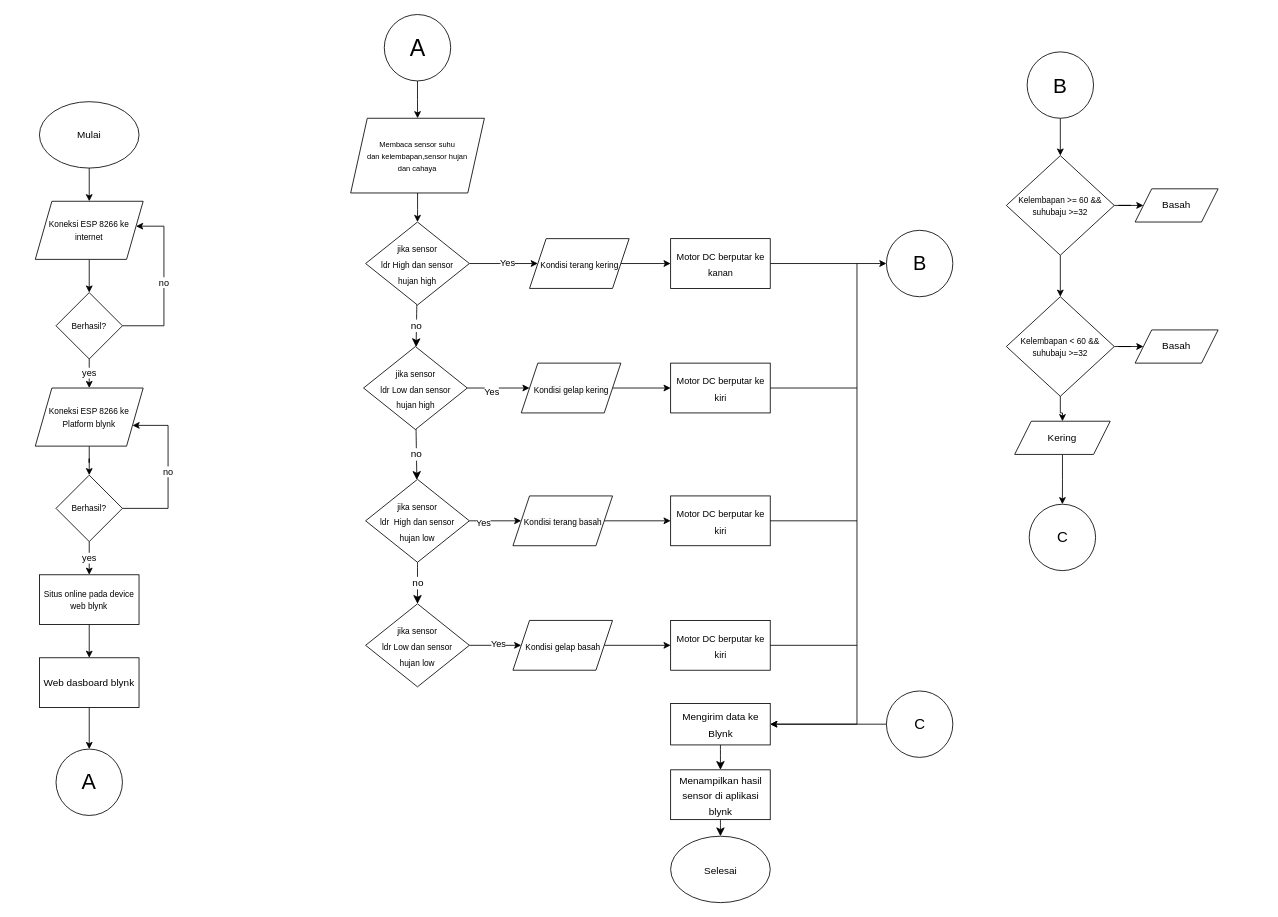
briannugroho/technical-project-Assignment-1 keeps this draw.io diagram as Untitled Diagram.drawio. Above is the earlier version. Source tidied: cells renumbered, new cells numbered last; positions are measured from the earlier drawing's top-left corner, leaving out a move shared by most shapes. Both pictures are drawn from the tidied source at 83%, with x=0, y=0 at pixel (35, 14).
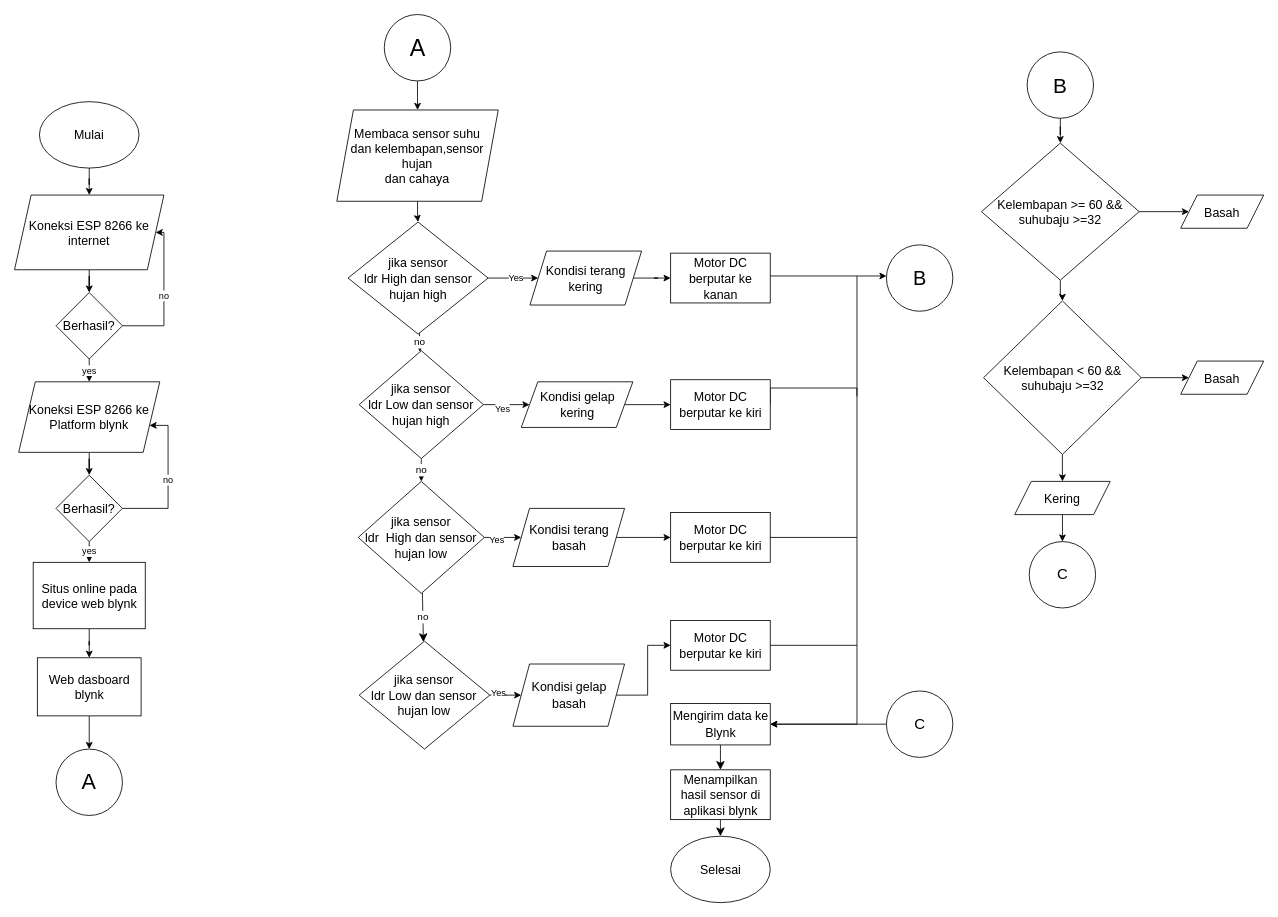
Above is the later version.

Diff of the diagram source:
```diff
@@
-    <mxCell id="3" value="Mulai" style="ellipse;whiteSpace=wrap;html=1;" parent="1" vertex="1">
+    <mxCell id="3" value="&lt;font style=&quot;font-size: 15px;&quot;&gt;Mulai&lt;/font&gt;" style="ellipse;whiteSpace=wrap;html=1;" parent="1" vertex="1">
       <mxGeometry x="5" y="105" width="120" height="80" as="geometry" />
     </mxCell>
@@
-    <mxCell id="5" value="&lt;font style=&quot;font-size: 10px;&quot;&gt;Koneksi ESP 8266 ke internet&lt;/font&gt;" style="shape=parallelogram;perimeter=parallelogramPerimeter;whiteSpace=wrap;html=1;fixedSize=1;" parent="1" vertex="1">
-      <mxGeometry y="225" width="130" height="70" as="geometry" />
+    <mxCell id="5" value="&lt;font style=&quot;font-size: 15px;&quot;&gt;Koneksi ESP 8266 ke internet&lt;/font&gt;" style="shape=parallelogram;perimeter=parallelogramPerimeter;whiteSpace=wrap;html=1;fixedSize=1;" parent="1" vertex="1">
+      <mxGeometry x="-25" y="217.5" width="180" height="90" as="geometry" />
     </mxCell>
-    <mxCell id="6" value="no" style="edgeStyle=orthogonalEdgeStyle;rounded=0;jettySize=auto;html=1;" parent="1" edge="1" source="8" target="5">
+    <mxCell id="6" value="no" style="edgeStyle=orthogonalEdgeStyle;rounded=0;jettySize=auto;html=1;entryX=1;entryY=0.5;entryDx=0;entryDy=0;" parent="1" edge="1" source="8" target="5">
       <mxGeometry relative="1" as="geometry">
         <Array as="points">
           <mxPoint x="155" y="375" />
-          <mxPoint x="155" y="255" />
+          <mxPoint x="155" y="263" />
         </Array>
       </mxGeometry>
     </mxCell>
@@
-    <mxCell id="8" value="&lt;font style=&quot;font-size: 10px;&quot;&gt;Berhasil?&lt;/font&gt;" style="rhombus;whiteSpace=wrap;html=1;" parent="1" vertex="1">
+    <mxCell id="8" value="&lt;font style=&quot;font-size: 15px;&quot;&gt;Berhasil?&lt;/font&gt;" style="rhombus;whiteSpace=wrap;html=1;" parent="1" vertex="1">
       <mxGeometry x="25" y="335" width="80" height="80" as="geometry" />
     </mxCell>
@@
-    <mxCell id="10" value="&lt;font style=&quot;font-size: 10px;&quot;&gt;Koneksi ESP 8266 ke Platform blynk&lt;/font&gt;" style="shape=parallelogram;perimeter=parallelogramPerimeter;whiteSpace=wrap;html=1;fixedSize=1;" parent="1" vertex="1">
-      <mxGeometry y="450" width="130" height="70" as="geometry" />
+    <mxCell id="10" value="&lt;font style=&quot;font-size: 15px;&quot;&gt;Koneksi ESP 8266 ke Platform blynk&lt;/font&gt;" style="shape=parallelogram;perimeter=parallelogramPerimeter;whiteSpace=wrap;html=1;fixedSize=1;" parent="1" vertex="1">
+      <mxGeometry x="-20" y="442.5" width="170" height="85" as="geometry" />
     </mxCell>
@@
-    <mxCell id="13" value="&lt;font style=&quot;font-size: 10px;&quot;&gt;Berhasil?&lt;/font&gt;" style="rhombus;whiteSpace=wrap;html=1;" parent="1" vertex="1">
+    <mxCell id="13" value="&lt;font style=&quot;font-size: 15px;&quot;&gt;Berhasil?&lt;/font&gt;" style="rhombus;whiteSpace=wrap;html=1;" parent="1" vertex="1">
       <mxGeometry x="25" y="555" width="80" height="80" as="geometry" />
     </mxCell>
@@
-    <mxCell id="15" value="&lt;font style=&quot;font-size: 10px;&quot;&gt;Situs online pada device web blynk&lt;/font&gt;" style="whiteSpace=wrap;html=1;" parent="1" vertex="1">
-      <mxGeometry x="5" y="675" width="120" height="60" as="geometry" />
+    <mxCell id="15" value="&lt;font style=&quot;font-size: 15px;&quot;&gt;Situs online pada device web blynk&lt;/font&gt;" style="whiteSpace=wrap;html=1;" parent="1" vertex="1">
+      <mxGeometry x="-2.5" y="660" width="135" height="80" as="geometry" />
     </mxCell>
@@
-    <mxCell id="17" value="Web dasboard blynk" style="whiteSpace=wrap;html=1;" parent="1" vertex="1">
-      <mxGeometry x="5" y="775" width="120" height="60" as="geometry" />
+    <mxCell id="17" value="&lt;font style=&quot;font-size: 15px;&quot;&gt;Web dasboard blynk&lt;/font&gt;" style="whiteSpace=wrap;html=1;" parent="1" vertex="1">
+      <mxGeometry x="2.5" y="775" width="125" height="70" as="geometry" />
     </mxCell>
@@
-    <mxCell id="21" value="&lt;font style=&quot;font-size: 10px;&quot;&gt;jika sensor &lt;br&gt;ldr High dan sensor&lt;br&gt;hujan high&lt;/font&gt;" style="rhombus;whiteSpace=wrap;html=1;rounded=0;fontSize=16;" parent="1" vertex="1">
-      <mxGeometry x="398" y="250" width="125" height="100" as="geometry" />
+    <mxCell id="21" value="&lt;font style=&quot;font-size: 15px;&quot;&gt;jika sensor &lt;br&gt;ldr High dan sensor&lt;br&gt;hujan high&lt;/font&gt;" style="rhombus;whiteSpace=wrap;html=1;rounded=0;fontSize=16;" parent="1" vertex="1">
+      <mxGeometry x="376.8" y="250" width="168.8" height="135" as="geometry" />
     </mxCell>
@@
-    <mxCell id="25" value="&lt;font style=&quot;font-size: 10px;&quot;&gt;jika sensor &lt;br&gt;ldr Low dan sensor&lt;br&gt;hujan high&lt;/font&gt;" style="rhombus;whiteSpace=wrap;html=1;rounded=0;fontSize=16;" parent="1" vertex="1">
-      <mxGeometry x="395.5" y="400" width="125" height="100" as="geometry" />
+    <mxCell id="25" value="&lt;font style=&quot;font-size: 15px;&quot;&gt;jika sensor &lt;br&gt;ldr Low dan sensor&lt;br&gt;hujan high&lt;/font&gt;" style="rhombus;whiteSpace=wrap;html=1;rounded=0;fontSize=16;" parent="1" vertex="1">
+      <mxGeometry x="390.2" y="405" width="149.8" height="130" as="geometry" />
     </mxCell>
@@
-    <mxCell id="29" value="&lt;font style=&quot;font-size: 10px;&quot;&gt;jika sensor &lt;br&gt;ldr&amp;nbsp; High dan sensor&lt;br&gt;hujan low&lt;/font&gt;" style="rhombus;whiteSpace=wrap;html=1;rounded=0;fontSize=16;" parent="1" vertex="1">
-      <mxGeometry x="398" y="560" width="125" height="100" as="geometry" />
+    <mxCell id="29" value="&lt;font style=&quot;font-size: 15px;&quot;&gt;jika sensor &lt;br&gt;ldr&amp;nbsp; High dan sensor&lt;br&gt;hujan low&lt;/font&gt;" style="rhombus;whiteSpace=wrap;html=1;rounded=0;fontSize=16;" parent="1" vertex="1">
+      <mxGeometry x="389.1" y="562.5" width="152" height="135" as="geometry" />
     </mxCell>
@@
-    <mxCell id="32" value="&lt;font style=&quot;font-size: 10px;&quot;&gt;jika sensor &lt;br&gt;ldr Low dan sensor&lt;br&gt;hujan low&lt;/font&gt;" style="rhombus;whiteSpace=wrap;html=1;rounded=0;fontSize=16;" parent="1" vertex="1">
-      <mxGeometry x="398" y="710" width="125" height="100" as="geometry" />
+    <mxCell id="32" value="&lt;font style=&quot;font-size: 15px;&quot;&gt;jika sensor &lt;br&gt;ldr Low dan sensor&lt;br&gt;hujan low&lt;/font&gt;" style="rhombus;whiteSpace=wrap;html=1;rounded=0;fontSize=16;" parent="1" vertex="1">
+      <mxGeometry x="390.2" y="755" width="157.4" height="130" as="geometry" />
     </mxCell>
@@
-    <mxCell id="34" value="&lt;font style=&quot;font-size: 10px;&quot;&gt;Kondisi terang kering&lt;/font&gt;" style="shape=parallelogram;perimeter=parallelogramPerimeter;whiteSpace=wrap;html=1;fixedSize=1;fontSize=16;rounded=0;" parent="1" vertex="1">
-      <mxGeometry x="595.5" y="270" width="120" height="60" as="geometry" />
+    <mxCell id="34" value="&lt;font style=&quot;font-size: 15px;&quot;&gt;Kondisi terang kering&lt;/font&gt;" style="shape=parallelogram;perimeter=parallelogramPerimeter;whiteSpace=wrap;html=1;fixedSize=1;fontSize=16;rounded=0;" parent="1" vertex="1">
+      <mxGeometry x="596" y="285" width="134.5" height="65" as="geometry" />
     </mxCell>
@@
-    <mxCell id="36" value="&lt;span style=&quot;color: rgb(0, 0, 0); font-family: Helvetica; font-size: 10px; font-style: normal; font-variant-ligatures: normal; font-variant-caps: normal; font-weight: 400; letter-spacing: normal; orphans: 2; text-align: center; text-indent: 0px; text-transform: none; widows: 2; word-spacing: 0px; -webkit-text-stroke-width: 0px; background-color: rgb(251, 251, 251); text-decoration-thickness: initial; text-decoration-style: initial; text-decoration-color: initial; float: none; display: inline !important;&quot;&gt;Kondisi gelap kering&lt;/span&gt;" style="shape=parallelogram;perimeter=parallelogramPerimeter;whiteSpace=wrap;html=1;fixedSize=1;fontSize=16;rounded=0;" parent="1" vertex="1">
-      <mxGeometry x="585.5" y="420" width="120" height="60" as="geometry" />
+    <mxCell id="36" value="&lt;span style=&quot;color: rgb(0, 0, 0); font-family: Helvetica; font-style: normal; font-variant-ligatures: normal; font-variant-caps: normal; font-weight: 400; letter-spacing: normal; orphans: 2; text-align: center; text-indent: 0px; text-transform: none; widows: 2; word-spacing: 0px; -webkit-text-stroke-width: 0px; background-color: rgb(251, 251, 251); text-decoration-thickness: initial; text-decoration-style: initial; text-decoration-color: initial; float: none; display: inline !important;&quot;&gt;&lt;font style=&quot;font-size: 15px;&quot;&gt;Kondisi gelap kering&lt;/font&gt;&lt;/span&gt;" style="shape=parallelogram;perimeter=parallelogramPerimeter;whiteSpace=wrap;html=1;fixedSize=1;fontSize=16;rounded=0;" parent="1" vertex="1">
+      <mxGeometry x="585.5" y="442.5" width="134.5" height="55" as="geometry" />
     </mxCell>
@@
-    <mxCell id="38" value="&lt;span style=&quot;color: rgb(0, 0, 0); font-family: Helvetica; font-size: 10px; font-style: normal; font-variant-ligatures: normal; font-variant-caps: normal; font-weight: 400; letter-spacing: normal; orphans: 2; text-align: center; text-indent: 0px; text-transform: none; widows: 2; word-spacing: 0px; -webkit-text-stroke-width: 0px; background-color: rgb(251, 251, 251); text-decoration-thickness: initial; text-decoration-style: initial; text-decoration-color: initial; float: none; display: inline !important;&quot;&gt;Kondisi terang basah&lt;/span&gt;" style="shape=parallelogram;perimeter=parallelogramPerimeter;whiteSpace=wrap;html=1;fixedSize=1;fontSize=16;rounded=0;" parent="1" vertex="1">
-      <mxGeometry x="575.5" y="580" width="120" height="60" as="geometry" />
+    <mxCell id="38" value="&lt;span style=&quot;color: rgb(0, 0, 0); font-family: Helvetica; font-style: normal; font-variant-ligatures: normal; font-variant-caps: normal; font-weight: 400; letter-spacing: normal; orphans: 2; text-align: center; text-indent: 0px; text-transform: none; widows: 2; word-spacing: 0px; -webkit-text-stroke-width: 0px; background-color: rgb(251, 251, 251); text-decoration-thickness: initial; text-decoration-style: initial; text-decoration-color: initial; float: none; display: inline !important;&quot;&gt;&lt;font style=&quot;font-size: 15px;&quot;&gt;Kondisi terang basah&lt;/font&gt;&lt;/span&gt;" style="shape=parallelogram;perimeter=parallelogramPerimeter;whiteSpace=wrap;html=1;fixedSize=1;fontSize=16;rounded=0;" parent="1" vertex="1">
+      <mxGeometry x="575.5" y="595" width="134.5" height="70" as="geometry" />
     </mxCell>
@@
-    <mxCell id="40" value="&lt;span style=&quot;color: rgb(0, 0, 0); font-family: Helvetica; font-size: 10px; font-style: normal; font-variant-ligatures: normal; font-variant-caps: normal; font-weight: 400; letter-spacing: normal; orphans: 2; text-align: center; text-indent: 0px; text-transform: none; widows: 2; word-spacing: 0px; -webkit-text-stroke-width: 0px; background-color: rgb(251, 251, 251); text-decoration-thickness: initial; text-decoration-style: initial; text-decoration-color: initial; float: none; display: inline !important;&quot;&gt;Kondisi gelap basah&lt;/span&gt;" style="shape=parallelogram;perimeter=parallelogramPerimeter;whiteSpace=wrap;html=1;fixedSize=1;fontSize=16;rounded=0;" parent="1" vertex="1">
-      <mxGeometry x="575.5" y="730" width="120" height="60" as="geometry" />
+    <mxCell id="40" value="&lt;span style=&quot;color: rgb(0, 0, 0); font-family: Helvetica; font-style: normal; font-variant-ligatures: normal; font-variant-caps: normal; font-weight: 400; letter-spacing: normal; orphans: 2; text-align: center; text-indent: 0px; text-transform: none; widows: 2; word-spacing: 0px; -webkit-text-stroke-width: 0px; background-color: rgb(251, 251, 251); text-decoration-thickness: initial; text-decoration-style: initial; text-decoration-color: initial; float: none; display: inline !important;&quot;&gt;&lt;font style=&quot;font-size: 15px;&quot;&gt;Kondisi gelap basah&lt;/font&gt;&lt;/span&gt;" style="shape=parallelogram;perimeter=parallelogramPerimeter;whiteSpace=wrap;html=1;fixedSize=1;fontSize=16;rounded=0;" parent="1" vertex="1">
+      <mxGeometry x="575.5" y="782.5" width="134.5" height="75" as="geometry" />
     </mxCell>
     <mxCell id="41" style="edgeStyle=orthogonalEdgeStyle;rounded=0;jettySize=auto;html=1;" parent="1" edge="1" source="42" target="55">
-      <mxGeometry relative="1" as="geometry" />
+      <mxGeometry relative="1" as="geometry">
+        <Array as="points">
+          <mxPoint x="990" y="315" />
+          <mxPoint x="990" y="315" />
+        </Array>
+      </mxGeometry>
     </mxCell>
-    <mxCell id="42" value="&lt;font style=&quot;font-size: 11px;&quot;&gt;Motor DC berputar ke kanan&lt;/font&gt;" style="whiteSpace=wrap;html=1;fontSize=16;rounded=0;" parent="1" vertex="1">
-      <mxGeometry x="765.5" y="270" width="120" height="60" as="geometry" />
+    <mxCell id="42" value="&lt;font style=&quot;font-size: 15px;&quot;&gt;Motor DC berputar ke kanan&lt;/font&gt;" style="whiteSpace=wrap;html=1;fontSize=16;rounded=0;" parent="1" vertex="1">
+      <mxGeometry x="765.5" y="287.5" width="120" height="60" as="geometry" />
     </mxCell>
@@
-    <mxCell id="44" value="&lt;font style=&quot;font-size: 11px;&quot;&gt;Motor DC berputar ke kiri&lt;/font&gt;" style="whiteSpace=wrap;html=1;fontSize=16;rounded=0;" parent="1" vertex="1">
-      <mxGeometry x="765.5" y="420" width="120" height="60" as="geometry" />
+    <mxCell id="44" value="&lt;font style=&quot;font-size: 15px;&quot;&gt;Motor DC berputar ke kiri&lt;/font&gt;" style="whiteSpace=wrap;html=1;fontSize=16;rounded=0;" parent="1" vertex="1">
+      <mxGeometry x="765.5" y="440" width="120" height="60" as="geometry" />
     </mxCell>
-    <mxCell id="45" value="&lt;font style=&quot;font-size: 11px;&quot;&gt;Motor DC berputar ke kiri&lt;/font&gt;" style="whiteSpace=wrap;html=1;fontSize=16;rounded=0;" parent="1" vertex="1">
-      <mxGeometry x="765.5" y="580" width="120" height="60" as="geometry" />
+    <mxCell id="45" value="&lt;font style=&quot;font-size: 15px;&quot;&gt;Motor DC berputar ke kiri&lt;/font&gt;" style="whiteSpace=wrap;html=1;fontSize=16;rounded=0;" parent="1" vertex="1">
+      <mxGeometry x="765.5" y="600" width="120" height="60" as="geometry" />
     </mxCell>
-    <mxCell id="46" value="&lt;font style=&quot;font-size: 11px;&quot;&gt;Motor DC berputar ke kiri&lt;/font&gt;" style="whiteSpace=wrap;html=1;fontSize=16;rounded=0;" parent="1" vertex="1">
+    <mxCell id="46" value="&lt;font style=&quot;font-size: 15px;&quot;&gt;Motor DC berputar ke kiri&lt;/font&gt;" style="whiteSpace=wrap;html=1;fontSize=16;rounded=0;" parent="1" vertex="1">
       <mxGeometry x="765.5" y="730" width="120" height="60" as="geometry" />
     </mxCell>
@@
-    <mxCell id="48" value="&lt;font style=&quot;font-size: 12px;&quot;&gt;Mengirim data ke Blynk&lt;/font&gt;" style="rounded=0;whiteSpace=wrap;html=1;fontSize=16;" parent="1" vertex="1">
+    <mxCell id="48" value="&lt;font style=&quot;font-size: 15px;&quot;&gt;Mengirim data ke Blynk&lt;/font&gt;" style="rounded=0;whiteSpace=wrap;html=1;fontSize=16;" parent="1" vertex="1">
       <mxGeometry x="765.5" y="830" width="120" height="50" as="geometry" />
     </mxCell>
@@
-    <mxCell id="50" value="&lt;font style=&quot;font-size: 12px;&quot;&gt;Menampilkan hasil sensor di aplikasi blynk&lt;/font&gt;" style="whiteSpace=wrap;html=1;fontSize=16;rounded=0;" parent="1" vertex="1">
+    <mxCell id="50" value="&lt;font style=&quot;font-size: 15px;&quot;&gt;Menampilkan hasil sensor di aplikasi blynk&lt;/font&gt;" style="whiteSpace=wrap;html=1;fontSize=16;rounded=0;" parent="1" vertex="1">
       <mxGeometry x="765.5" y="910" width="120" height="60" as="geometry" />
     </mxCell>
-    <mxCell id="51" value="&lt;font style=&quot;font-size: 12px;&quot;&gt;Selesai&lt;/font&gt;" style="ellipse;whiteSpace=wrap;html=1;fontSize=16;" parent="1" vertex="1">
+    <mxCell id="51" value="&lt;font style=&quot;font-size: 15px;&quot;&gt;Selesai&lt;/font&gt;" style="ellipse;whiteSpace=wrap;html=1;fontSize=16;" parent="1" vertex="1">
       <mxGeometry x="765.5" y="990" width="120" height="80" as="geometry" />
     </mxCell>
@@
     <mxCell id="55" value="&lt;font style=&quot;font-size: 24px;&quot;&gt;B&lt;/font&gt;" style="ellipse;whiteSpace=wrap;html=1;fontSize=16;rounded=0;" parent="1" vertex="1">
-      <mxGeometry x="1025.5" y="260" width="80" height="80" as="geometry" />
+      <mxGeometry x="1025.5" y="277.5" width="80" height="80" as="geometry" />
     </mxCell>
@@
-    <mxCell id="60" value="&lt;font style=&quot;font-size: 10px;&quot;&gt;Kelembapan &amp;gt;= 60 &amp;amp;&amp;amp; suhubaju &amp;gt;=32&lt;/font&gt;" style="rhombus;whiteSpace=wrap;html=1;" parent="1" vertex="1">
-      <mxGeometry x="1170" y="170" width="130" height="120" as="geometry" />
+    <mxCell id="60" value="&lt;font style=&quot;font-size: 15px;&quot;&gt;Kelembapan &amp;gt;= 60 &amp;amp;&amp;amp; suhubaju &amp;gt;=32&lt;/font&gt;" style="rhombus;whiteSpace=wrap;html=1;" parent="1" vertex="1">
+      <mxGeometry x="1140" y="155" width="190" height="165" as="geometry" />
     </mxCell>
@@
-    <mxCell id="63" value="&lt;font style=&quot;font-size: 10px;&quot;&gt;Kelembapan &amp;lt; 60 &amp;amp;&amp;amp; suhubaju &amp;gt;=32&lt;/font&gt;" style="rhombus;whiteSpace=wrap;html=1;" parent="1" vertex="1">
-      <mxGeometry x="1170" y="340" width="130" height="120" as="geometry" />
+    <mxCell id="63" value="&lt;font style=&quot;font-size: 15px;&quot;&gt;Kelembapan &amp;lt; 60 &amp;amp;&amp;amp; suhubaju &amp;gt;=32&lt;/font&gt;" style="rhombus;whiteSpace=wrap;html=1;" parent="1" vertex="1">
+      <mxGeometry x="1142.5" y="345" width="190" height="185" as="geometry" />
     </mxCell>
-    <mxCell id="64" value="Basah" style="shape=parallelogram;perimeter=parallelogramPerimeter;whiteSpace=wrap;html=1;fixedSize=1;" parent="1" vertex="1">
-      <mxGeometry x="1325.1" y="210" width="100" height="40" as="geometry" />
+    <mxCell id="64" value="&lt;font style=&quot;font-size: 15px;&quot;&gt;Basah&lt;/font&gt;" style="shape=parallelogram;perimeter=parallelogramPerimeter;whiteSpace=wrap;html=1;fixedSize=1;" parent="1" vertex="1">
+      <mxGeometry x="1380" y="217.5" width="100" height="40" as="geometry" />
     </mxCell>
-    <mxCell id="65" value="Basah" style="shape=parallelogram;perimeter=parallelogramPerimeter;whiteSpace=wrap;html=1;fixedSize=1;" parent="1" vertex="1">
-      <mxGeometry x="1325.1" y="380" width="100" height="40" as="geometry" />
+    <mxCell id="65" value="&lt;font style=&quot;font-size: 15px;&quot;&gt;Basah&lt;/font&gt;" style="shape=parallelogram;perimeter=parallelogramPerimeter;whiteSpace=wrap;html=1;fixedSize=1;" parent="1" vertex="1">
+      <mxGeometry x="1380" y="417.5" width="100" height="40" as="geometry" />
     </mxCell>
@@
-    <mxCell id="67" value="Kering" style="shape=parallelogram;perimeter=parallelogramPerimeter;whiteSpace=wrap;html=1;fixedSize=1;" parent="1" vertex="1">
-      <mxGeometry x="1180" y="490" width="115.1" height="40" as="geometry" />
+    <mxCell id="67" value="&lt;font style=&quot;font-size: 15px;&quot;&gt;Kering&lt;/font&gt;" style="shape=parallelogram;perimeter=parallelogramPerimeter;whiteSpace=wrap;html=1;fixedSize=1;" parent="1" vertex="1">
+      <mxGeometry x="1180" y="562.5" width="115.1" height="40" as="geometry" />
     </mxCell>
@@
-    <mxCell id="69" value="&lt;font style=&quot;font-size: 9px;&quot;&gt;Membaca sensor suhu&lt;br style=&quot;border-color: var(--border-color);&quot;&gt;dan kelembapan,sensor hujan&lt;br style=&quot;border-color: var(--border-color);&quot;&gt;dan cahaya&lt;/font&gt;" style="shape=parallelogram;perimeter=parallelogramPerimeter;whiteSpace=wrap;html=1;fixedSize=1;" parent="1" vertex="1">
-      <mxGeometry x="380" y="125" width="161.1" height="90" as="geometry" />
+    <mxCell id="69" value="&lt;font style=&quot;font-size: 15px;&quot;&gt;Membaca sensor suhu&lt;br style=&quot;border-color: var(--border-color);&quot;&gt;dan kelembapan,sensor hujan&lt;br style=&quot;border-color: var(--border-color);&quot;&gt;dan cahaya&lt;/font&gt;" style="shape=parallelogram;perimeter=parallelogramPerimeter;whiteSpace=wrap;html=1;fixedSize=1;" parent="1" vertex="1">
+      <mxGeometry x="363.3" y="115" width="194.5" height="110" as="geometry" />
     </mxCell>
     <mxCell id="70" style="endArrow=none;html=1;rounded=0;exitX=1;exitY=0.5;exitDx=0;exitDy=0;" parent="1" edge="1" source="45">
       <mxGeometry relative="1" as="geometry">
-        <mxPoint x="990" y="610" as="targetPoint" />
+        <mxPoint x="990" y="630" as="targetPoint" />
       </mxGeometry>
     </mxCell>
@@
     <mxCell id="72" value="&lt;font style=&quot;font-size: 18px;&quot;&gt;C&lt;/font&gt;" style="ellipse;whiteSpace=wrap;html=1;" parent="1" vertex="1">
-      <mxGeometry x="1197.5" y="590" width="80" height="80" as="geometry" />
+      <mxGeometry x="1197.5" y="635" width="80" height="80" as="geometry" />
     </mxCell>
@@
     <mxCell id="75" style="endArrow=none;html=1;rounded=0;" parent="1" edge="1">
       <mxGeometry relative="1" as="geometry">
-        <mxPoint x="990" y="450" as="sourcePoint" />
-        <mxPoint x="990" y="300" as="targetPoint" />
+        <mxPoint x="990" y="460" as="sourcePoint" />
+        <mxPoint x="990" y="315" as="targetPoint" />
       </mxGeometry>
     </mxCell>
```
